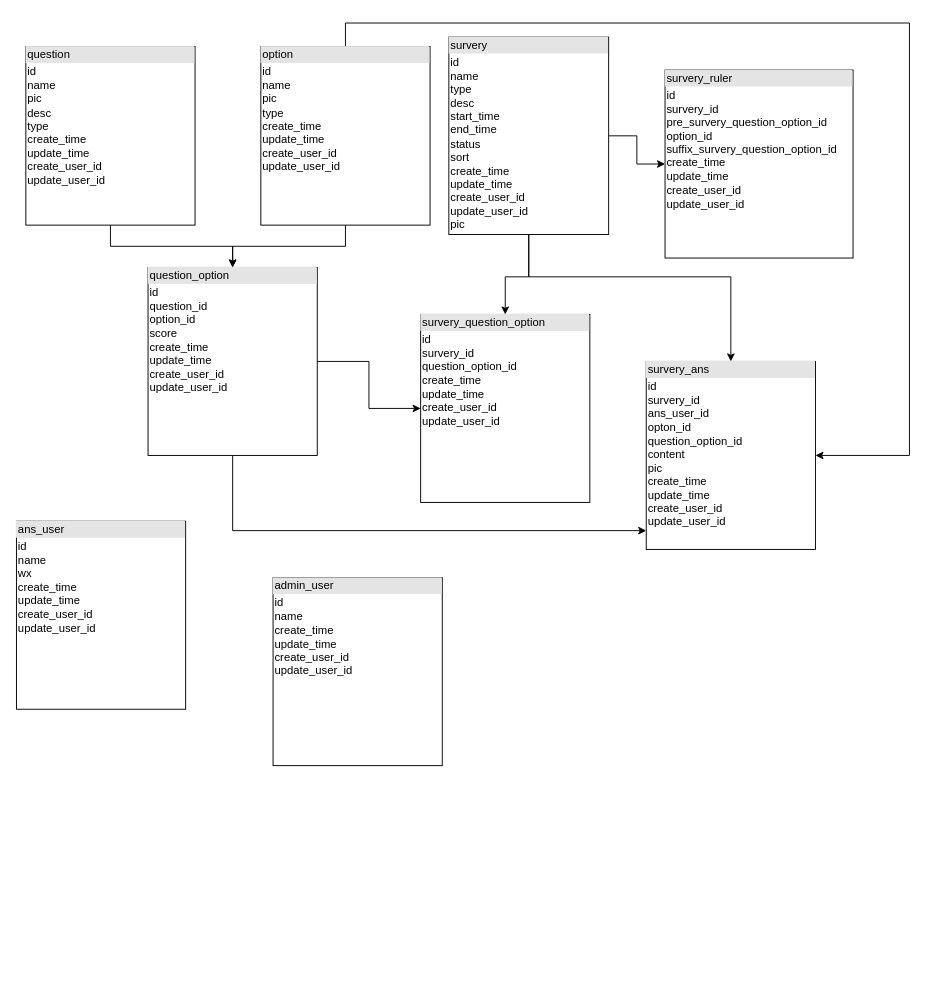
Before: 质保问卷系统数据库设计.drawio in catcallxw/uml, a draw.io diagram. Source tidied: cells renumbered, new cells numbered last; positions are measured from the earlier drawing's top-left corner, leaving out a move shared by most shapes. Both pictures are drawn from the tidied source at 94%, with x=0, y=0 at pixel (16, 23).
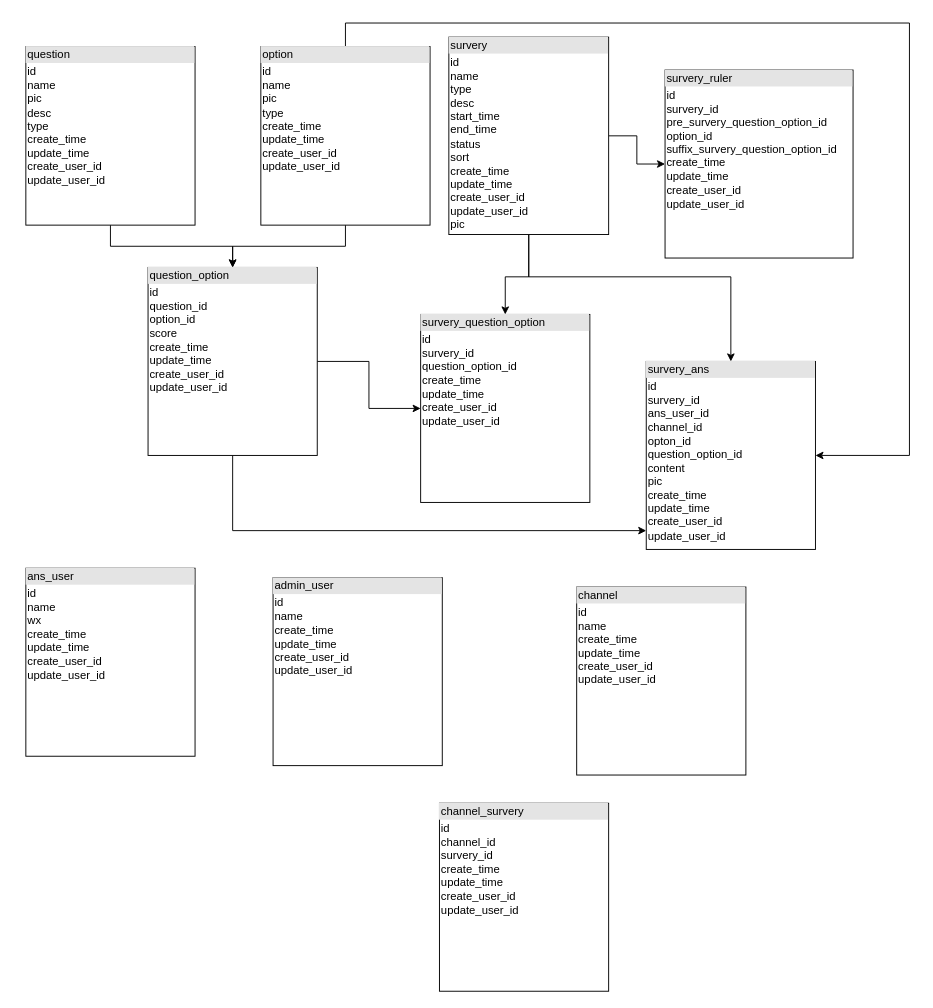
The same diagram, later.

Commit message:
Update 质保问卷系统数据库设计.drawio

The edit, as a diff of the source:
```diff
@@
-    <mxCell id="16" value="&lt;div style=&quot;box-sizing: border-box ; width: 100% ; background: #e4e4e4 ; padding: 2px&quot;&gt;survery_ans&lt;/div&gt;&lt;table style=&quot;width: 100% ; font-size: 1em&quot; cellpadding=&quot;2&quot; cellspacing=&quot;0&quot;&gt;&lt;tbody&gt;&lt;tr&gt;&lt;td&gt;id&lt;span&gt; &lt;/span&gt;&lt;br&gt;survery_id&lt;br&gt;ans_user_id&lt;br&gt;opton_id&lt;br&gt;question_option_id&lt;br&gt;content&lt;br&gt;pic&lt;br&gt;create_time&lt;br&gt;update_time&lt;br&gt;create_user_id&lt;br&gt;update_user_id&lt;span&gt;&lt;/span&gt;&lt;/td&gt;&lt;td&gt;&lt;br&gt;&lt;/td&gt;&lt;/tr&gt;&lt;tr&gt;&lt;td&gt;&lt;br&gt;&lt;/td&gt;&lt;td&gt;&lt;br&gt;&lt;/td&gt;&lt;/tr&gt;&lt;/tbody&gt;&lt;/table&gt;" style="verticalAlign=top;align=left;overflow=fill;html=1;" parent="1" vertex="1">
+    <mxCell id="16" value="&lt;div style=&quot;box-sizing: border-box ; width: 100% ; background: #e4e4e4 ; padding: 2px&quot;&gt;survery_ans&lt;/div&gt;&lt;table style=&quot;width: 100% ; font-size: 1em&quot; cellpadding=&quot;2&quot; cellspacing=&quot;0&quot;&gt;&lt;tbody&gt;&lt;tr&gt;&lt;td&gt;id&lt;span&gt; &lt;/span&gt;&lt;br&gt;survery_id&lt;br&gt;ans_user_id&lt;br&gt;channel_id&lt;br&gt;opton_id&lt;br&gt;question_option_id&lt;br&gt;content&lt;br&gt;pic&lt;br&gt;create_time&lt;br&gt;update_time&lt;br&gt;create_user_id&lt;br&gt;update_user_id&lt;span&gt;&lt;/span&gt;&lt;/td&gt;&lt;td&gt;&lt;br&gt;&lt;/td&gt;&lt;/tr&gt;&lt;tr&gt;&lt;td&gt;&lt;br&gt;&lt;/td&gt;&lt;td&gt;&lt;br&gt;&lt;/td&gt;&lt;/tr&gt;&lt;/tbody&gt;&lt;/table&gt;" style="verticalAlign=top;align=left;overflow=fill;html=1;" parent="1" vertex="1">
       <mxGeometry x="670" y="360" width="180" height="200" as="geometry" />
     </mxCell>
@@
     <mxCell id="18" value="&lt;div style=&quot;box-sizing: border-box ; width: 100% ; background: #e4e4e4 ; padding: 2px&quot;&gt;ans_user&lt;/div&gt;&lt;table style=&quot;width: 100% ; font-size: 1em&quot; cellpadding=&quot;2&quot; cellspacing=&quot;0&quot;&gt;&lt;tbody&gt;&lt;tr&gt;&lt;td&gt;id&lt;span&gt; &lt;/span&gt;&lt;br&gt;name&lt;br&gt;wx&lt;br&gt;create_time&lt;br&gt;update_time&lt;br&gt;create_user_id&lt;br&gt;update_user_id&lt;span&gt;&lt;/span&gt;&lt;/td&gt;&lt;td&gt;&lt;br&gt;&lt;/td&gt;&lt;/tr&gt;&lt;tr&gt;&lt;td&gt;&lt;br&gt;&lt;/td&gt;&lt;td&gt;&lt;br&gt;&lt;/td&gt;&lt;/tr&gt;&lt;/tbody&gt;&lt;/table&gt;" style="verticalAlign=top;align=left;overflow=fill;html=1;" parent="1" vertex="1">
-      <mxGeometry y="530" width="180" height="200" as="geometry" />
+      <mxGeometry x="10" y="580" width="180" height="200" as="geometry" />
     </mxCell>
+    <mxCell id="19" value="&lt;div style=&quot;box-sizing: border-box ; width: 100% ; background: #e4e4e4 ; padding: 2px&quot;&gt;channel&lt;/div&gt;&lt;table style=&quot;width: 100% ; font-size: 1em&quot; cellpadding=&quot;2&quot; cellspacing=&quot;0&quot;&gt;&lt;tbody&gt;&lt;tr&gt;&lt;td&gt;id&lt;span&gt; &lt;/span&gt;&lt;br&gt;name&lt;br&gt;create_time&lt;br&gt;update_time&lt;br&gt;create_user_id&lt;br&gt;update_user_id&lt;span&gt;&lt;/span&gt;&lt;/td&gt;&lt;td&gt;&lt;br&gt;&lt;/td&gt;&lt;/tr&gt;&lt;tr&gt;&lt;td&gt;&lt;br&gt;&lt;/td&gt;&lt;td&gt;&lt;br&gt;&lt;/td&gt;&lt;/tr&gt;&lt;/tbody&gt;&lt;/table&gt;" style="verticalAlign=top;align=left;overflow=fill;html=1;" parent="1" vertex="1">
+      <mxGeometry x="596" y="600" width="180" height="200" as="geometry" />
+    </mxCell>
+    <mxCell id="20" value="&lt;div style=&quot;box-sizing: border-box ; width: 100% ; background: #e4e4e4 ; padding: 2px&quot;&gt;channel_survery&lt;/div&gt;&lt;table style=&quot;width: 100% ; font-size: 1em&quot; cellpadding=&quot;2&quot; cellspacing=&quot;0&quot;&gt;&lt;tbody&gt;&lt;tr&gt;&lt;td&gt;id&lt;span&gt; &lt;/span&gt;&lt;br&gt;channel_id&lt;br&gt;survery_id&lt;br&gt;create_time&lt;br&gt;update_time&lt;br&gt;create_user_id&lt;br&gt;update_user_id&lt;span&gt;&lt;/span&gt;&lt;/td&gt;&lt;td&gt;&lt;br&gt;&lt;/td&gt;&lt;/tr&gt;&lt;tr&gt;&lt;td&gt;&lt;br&gt;&lt;/td&gt;&lt;td&gt;&lt;br&gt;&lt;/td&gt;&lt;/tr&gt;&lt;/tbody&gt;&lt;/table&gt;" style="verticalAlign=top;align=left;overflow=fill;html=1;" parent="1" vertex="1">
+      <mxGeometry x="450" y="830" width="180" height="200" as="geometry" />
+    </mxCell>
```
